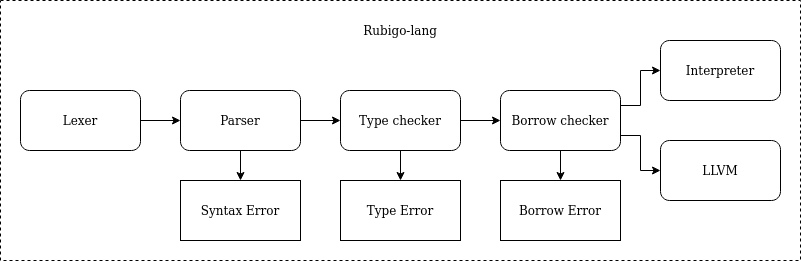
Before: images/rubigo_lang.png, a diagram exported from draw.io (Blinningjr/rubigo-lang). Source tidied: cells renumbered, new cells last; positions are measured from the earlier drawing's top-left corner, leaving out a move shared by most shapes. Its diagram source:
```xml
<mxGraphModel>
  <root>
    <mxCell id="0" />
    <mxCell id="1" parent="0" />
    <mxCell id="2" style="rounded=0;whiteSpace=wrap;html=1;dashed=1;" parent="1" vertex="1">
      <mxGeometry width="800" height="260" as="geometry" />
    </mxCell>
    <mxCell id="3" style="edgeStyle=orthogonalEdgeStyle;rounded=0;jettySize=auto;html=1;exitX=1;exitY=0.5;exitDx=0;exitDy=0;entryX=0;entryY=0.5;entryDx=0;entryDy=0;" parent="1" edge="1" source="4" target="7">
      <mxGeometry relative="1" as="geometry" />
    </mxCell>
    <mxCell id="4" value="Lexer" style="rounded=1;whiteSpace=wrap;html=1;" parent="1" vertex="1">
      <mxGeometry x="20" y="90" width="120" height="60" as="geometry" />
    </mxCell>
    <mxCell id="5" style="edgeStyle=orthogonalEdgeStyle;rounded=0;jettySize=auto;html=1;exitX=1;exitY=0.5;exitDx=0;exitDy=0;entryX=0;entryY=0.5;entryDx=0;entryDy=0;" parent="1" edge="1" source="7" target="10">
      <mxGeometry relative="1" as="geometry" />
    </mxCell>
    <mxCell id="6" style="edgeStyle=orthogonalEdgeStyle;rounded=0;jettySize=auto;html=1;exitX=0.5;exitY=1;exitDx=0;exitDy=0;entryX=0.5;entryY=0;entryDx=0;entryDy=0;" parent="1" edge="1" source="7" target="17">
      <mxGeometry relative="1" as="geometry" />
    </mxCell>
    <mxCell id="7" value="Parser" style="rounded=1;whiteSpace=wrap;html=1;" parent="1" vertex="1">
      <mxGeometry x="180" y="90" width="120" height="60" as="geometry" />
    </mxCell>
    <mxCell id="8" style="edgeStyle=orthogonalEdgeStyle;rounded=0;jettySize=auto;html=1;exitX=1;exitY=0.5;exitDx=0;exitDy=0;entryX=0;entryY=0.5;entryDx=0;entryDy=0;" parent="1" edge="1" source="10" target="14">
      <mxGeometry relative="1" as="geometry" />
    </mxCell>
    <mxCell id="9" style="edgeStyle=orthogonalEdgeStyle;rounded=0;jettySize=auto;html=1;exitX=0.5;exitY=1;exitDx=0;exitDy=0;" parent="1" edge="1" source="10" target="18">
      <mxGeometry relative="1" as="geometry" />
    </mxCell>
    <mxCell id="10" value="Type checker" style="rounded=1;whiteSpace=wrap;html=1;" parent="1" vertex="1">
      <mxGeometry x="340" y="90" width="120" height="60" as="geometry" />
    </mxCell>
    <mxCell id="11" style="edgeStyle=orthogonalEdgeStyle;rounded=0;jettySize=auto;html=1;exitX=1;exitY=0.25;exitDx=0;exitDy=0;entryX=0;entryY=0.5;entryDx=0;entryDy=0;" parent="1" edge="1" source="14" target="15">
      <mxGeometry relative="1" as="geometry" />
    </mxCell>
    <mxCell id="12" style="edgeStyle=orthogonalEdgeStyle;rounded=0;jettySize=auto;html=1;exitX=1;exitY=0.75;exitDx=0;exitDy=0;entryX=0;entryY=0.5;entryDx=0;entryDy=0;" parent="1" edge="1" source="14" target="16">
      <mxGeometry relative="1" as="geometry" />
    </mxCell>
    <mxCell id="13" style="edgeStyle=orthogonalEdgeStyle;rounded=0;jettySize=auto;html=1;exitX=0.5;exitY=1;exitDx=0;exitDy=0;entryX=0.5;entryY=0;entryDx=0;entryDy=0;" parent="1" edge="1" source="14" target="19">
      <mxGeometry relative="1" as="geometry" />
    </mxCell>
    <mxCell id="14" value="Borrow checker" style="rounded=1;whiteSpace=wrap;html=1;" parent="1" vertex="1">
      <mxGeometry x="500" y="90" width="120" height="60" as="geometry" />
    </mxCell>
    <mxCell id="15" value="Interpreter" style="rounded=1;whiteSpace=wrap;html=1;" parent="1" vertex="1">
      <mxGeometry x="660" y="40" width="120" height="60" as="geometry" />
    </mxCell>
    <mxCell id="16" value="LLVM" style="rounded=1;whiteSpace=wrap;html=1;" parent="1" vertex="1">
      <mxGeometry x="660" y="140" width="120" height="60" as="geometry" />
    </mxCell>
    <mxCell id="17" value="Syntax Error" style="rounded=0;whiteSpace=wrap;html=1;" parent="1" vertex="1">
      <mxGeometry x="180" y="180" width="120" height="60" as="geometry" />
    </mxCell>
    <mxCell id="18" value="Type Error" style="rounded=0;whiteSpace=wrap;html=1;" parent="1" vertex="1">
      <mxGeometry x="340" y="180" width="120" height="60" as="geometry" />
    </mxCell>
    <mxCell id="19" value="Borrow Error" style="rounded=0;whiteSpace=wrap;html=1;" parent="1" vertex="1">
      <mxGeometry x="500" y="180" width="120" height="60" as="geometry" />
    </mxCell>
    <mxCell id="20" value="Rubigo-lang" style="text;html=1;strokeColor=none;fillColor=none;align=center;verticalAlign=middle;whiteSpace=wrap;rounded=0;dashed=1;" parent="1" vertex="1">
      <mxGeometry x="350" y="20" width="100" height="20" as="geometry" />
    </mxCell>
  </root>
</mxGraphModel>
```
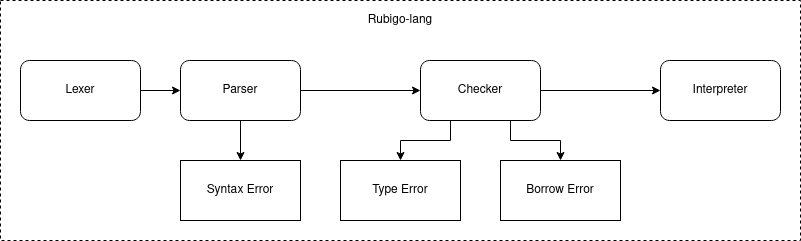
Later version of the same file.

Diff of the diagram source:
```diff
@@ -3,13 +3,13 @@
     <mxCell id="0" />
     <mxCell id="1" parent="0" />
     <mxCell id="2" style="rounded=0;whiteSpace=wrap;html=1;dashed=1;" parent="1" vertex="1">
-      <mxGeometry width="800" height="260" as="geometry" />
+      <mxGeometry y="20" width="800" height="240" as="geometry" />
     </mxCell>
     <mxCell id="3" style="edgeStyle=orthogonalEdgeStyle;rounded=0;jettySize=auto;html=1;exitX=1;exitY=0.5;exitDx=0;exitDy=0;entryX=0;entryY=0.5;entryDx=0;entryDy=0;" parent="1" edge="1" source="4" target="7">
       <mxGeometry relative="1" as="geometry" />
     </mxCell>
     <mxCell id="4" value="Lexer" style="rounded=1;whiteSpace=wrap;html=1;" parent="1" vertex="1">
-      <mxGeometry x="20" y="90" width="120" height="60" as="geometry" />
+      <mxGeometry x="20" y="80" width="120" height="60" as="geometry" />
     </mxCell>
     <mxCell id="5" style="edgeStyle=orthogonalEdgeStyle;rounded=0;jettySize=auto;html=1;exitX=1;exitY=0.5;exitDx=0;exitDy=0;entryX=0;entryY=0.5;entryDx=0;entryDy=0;" parent="1" edge="1" source="7" target="10">
       <mxGeometry relative="1" as="geometry" />
@@ -18,35 +18,23 @@
       <mxGeometry relative="1" as="geometry" />
     </mxCell>
     <mxCell id="7" value="Parser" style="rounded=1;whiteSpace=wrap;html=1;" parent="1" vertex="1">
-      <mxGeometry x="180" y="90" width="120" height="60" as="geometry" />
+      <mxGeometry x="180" y="80" width="120" height="60" as="geometry" />
     </mxCell>
-    <mxCell id="8" style="edgeStyle=orthogonalEdgeStyle;rounded=0;jettySize=auto;html=1;exitX=1;exitY=0.5;exitDx=0;exitDy=0;entryX=0;entryY=0.5;entryDx=0;entryDy=0;" parent="1" edge="1" source="10" target="14">
+    <mxCell id="8" style="edgeStyle=orthogonalEdgeStyle;rounded=0;jettySize=auto;html=1;exitX=1;exitY=0.5;exitDx=0;exitDy=0;entryX=0;entryY=0.5;entryDx=0;entryDy=0;" parent="1" edge="1" source="10" target="15">
       <mxGeometry relative="1" as="geometry" />
     </mxCell>
-    <mxCell id="9" style="edgeStyle=orthogonalEdgeStyle;rounded=0;jettySize=auto;html=1;exitX=0.5;exitY=1;exitDx=0;exitDy=0;" parent="1" edge="1" source="10" target="18">
+    <mxCell id="9" style="edgeStyle=orthogonalEdgeStyle;rounded=0;jettySize=auto;html=1;exitX=0.25;exitY=1;exitDx=0;exitDy=0;" parent="1" edge="1" source="10" target="18">
       <mxGeometry relative="1" as="geometry" />
     </mxCell>
-    <mxCell id="10" value="Type checker" style="rounded=1;whiteSpace=wrap;html=1;" parent="1" vertex="1">
-      <mxGeometry x="340" y="90" width="120" height="60" as="geometry" />
+    <mxCell id="10" value="Checker" style="rounded=1;whiteSpace=wrap;html=1;" parent="1" vertex="1">
+      <mxGeometry x="420" y="80" width="120" height="60" as="geometry" />
     </mxCell>
-    <mxCell id="11" style="edgeStyle=orthogonalEdgeStyle;rounded=0;jettySize=auto;html=1;exitX=1;exitY=0.25;exitDx=0;exitDy=0;entryX=0;entryY=0.5;entryDx=0;entryDy=0;" parent="1" edge="1" source="14" target="15">
-      <mxGeometry relative="1" as="geometry" />
-    </mxCell>
-    <mxCell id="12" style="edgeStyle=orthogonalEdgeStyle;rounded=0;jettySize=auto;html=1;exitX=1;exitY=0.75;exitDx=0;exitDy=0;entryX=0;entryY=0.5;entryDx=0;entryDy=0;" parent="1" edge="1" source="14" target="16">
-      <mxGeometry relative="1" as="geometry" />
-    </mxCell>
-    <mxCell id="13" style="edgeStyle=orthogonalEdgeStyle;rounded=0;jettySize=auto;html=1;exitX=0.5;exitY=1;exitDx=0;exitDy=0;entryX=0.5;entryY=0;entryDx=0;entryDy=0;" parent="1" edge="1" source="14" target="19">
+    <mxCell id="13" style="edgeStyle=orthogonalEdgeStyle;rounded=0;jettySize=auto;html=1;exitX=0.75;exitY=1;exitDx=0;exitDy=0;entryX=0.5;entryY=0;entryDx=0;entryDy=0;" parent="1" edge="1" source="10" target="19">
       <mxGeometry relative="1" as="geometry" />
     </mxCell>
-    <mxCell id="14" value="Borrow checker" style="rounded=1;whiteSpace=wrap;html=1;" parent="1" vertex="1">
-      <mxGeometry x="500" y="90" width="120" height="60" as="geometry" />
-    </mxCell>
     <mxCell id="15" value="Interpreter" style="rounded=1;whiteSpace=wrap;html=1;" parent="1" vertex="1">
-      <mxGeometry x="660" y="40" width="120" height="60" as="geometry" />
+      <mxGeometry x="660" y="80" width="120" height="60" as="geometry" />
     </mxCell>
-    <mxCell id="16" value="LLVM" style="rounded=1;whiteSpace=wrap;html=1;" parent="1" vertex="1">
-      <mxGeometry x="660" y="140" width="120" height="60" as="geometry" />
-    </mxCell>
     <mxCell id="17" value="Syntax Error" style="rounded=0;whiteSpace=wrap;html=1;" parent="1" vertex="1">
       <mxGeometry x="180" y="180" width="120" height="60" as="geometry" />
     </mxCell>
@@ -57,7 +45,7 @@
       <mxGeometry x="500" y="180" width="120" height="60" as="geometry" />
     </mxCell>
     <mxCell id="20" value="Rubigo-lang" style="text;html=1;strokeColor=none;fillColor=none;align=center;verticalAlign=middle;whiteSpace=wrap;rounded=0;dashed=1;" parent="1" vertex="1">
-      <mxGeometry x="350" y="20" width="100" height="20" as="geometry" />
+      <mxGeometry x="350" y="30" width="100" height="20" as="geometry" />
     </mxCell>
   </root>
 </mxGraphModel>
```
